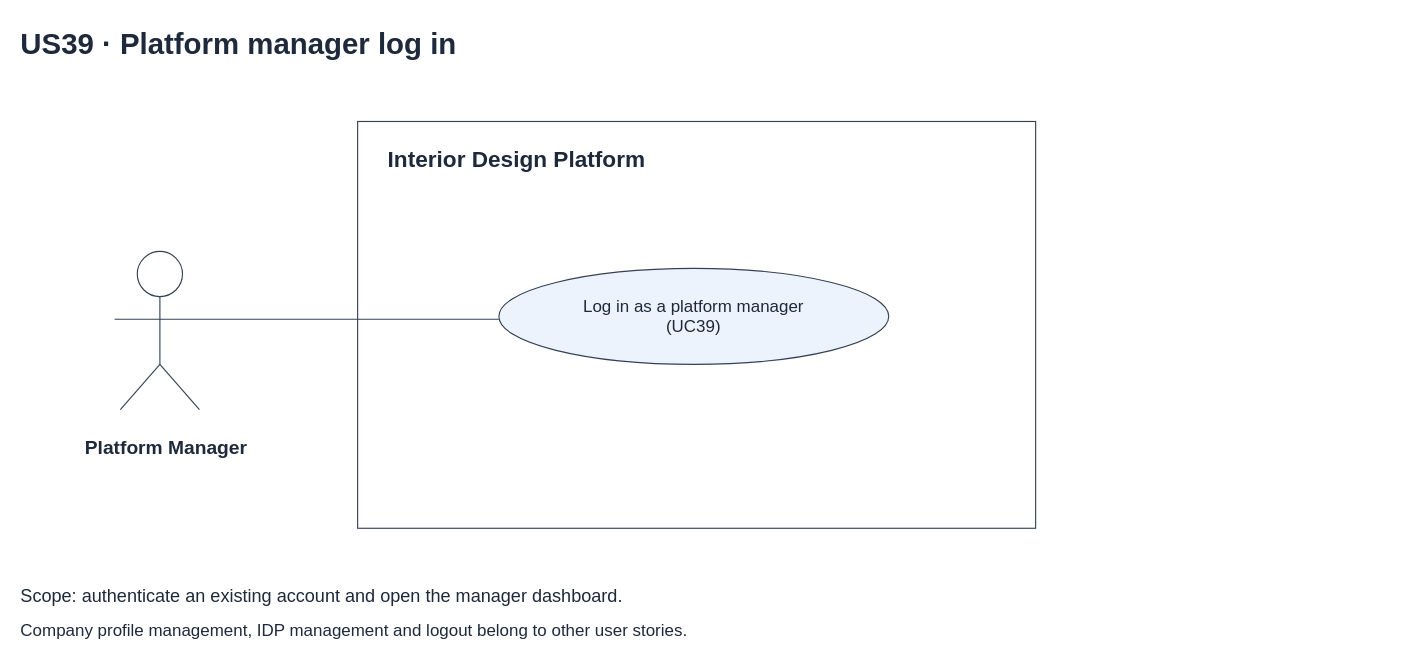
The draw.io diagram page "2 Use Case Diagram" (1 of 7) of Sprint_2/US39 - Platform Manager Log in/US39 Platform manager log in.drawio in Hanzxc/CSIT314-ARCHSS, before the edit. Source tidied: cells renumbered, new cells numbered last; positions are measured from the earlier drawing's top-left corner, leaving out a move shared by most shapes. Both pictures are drawn from the tidied source at 113%, with x=0, y=0 at pixel (18, 18).
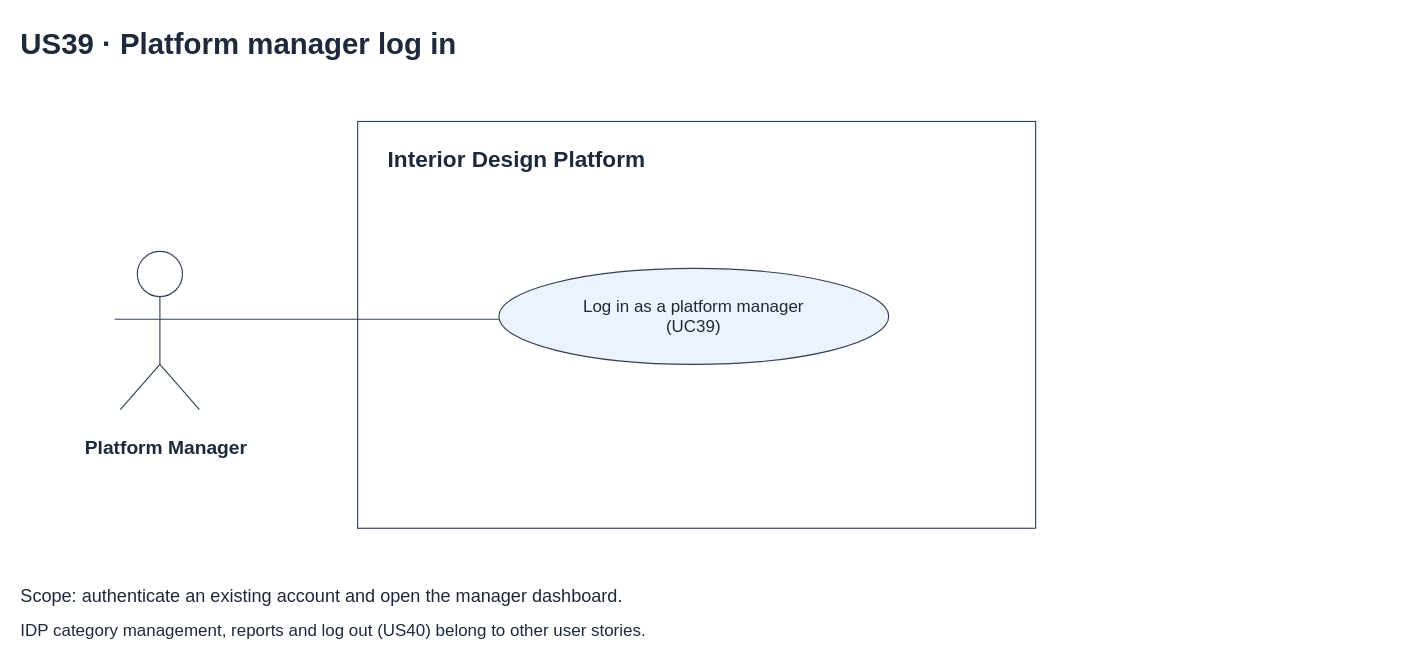
After the change.

Diff of the diagram source:
```diff
@@
-    <mxCell id="15" value="Company profile management, IDP management and logout belong to other user stories." style="text;html=0;align=left;verticalAlign=top;fontSize=15;fontStyle=0;fontColor=#1e293b;" parent="1" vertex="1">
+    <mxCell id="15" value="IDP category management, reports and log out (US40) belong to other user stories." style="text;html=0;align=left;verticalAlign=top;fontSize=15;fontStyle=0;fontColor=#1e293b;" parent="1" vertex="1">
       <mxGeometry y="526" width="900" height="22" as="geometry" />
     </mxCell>
```
